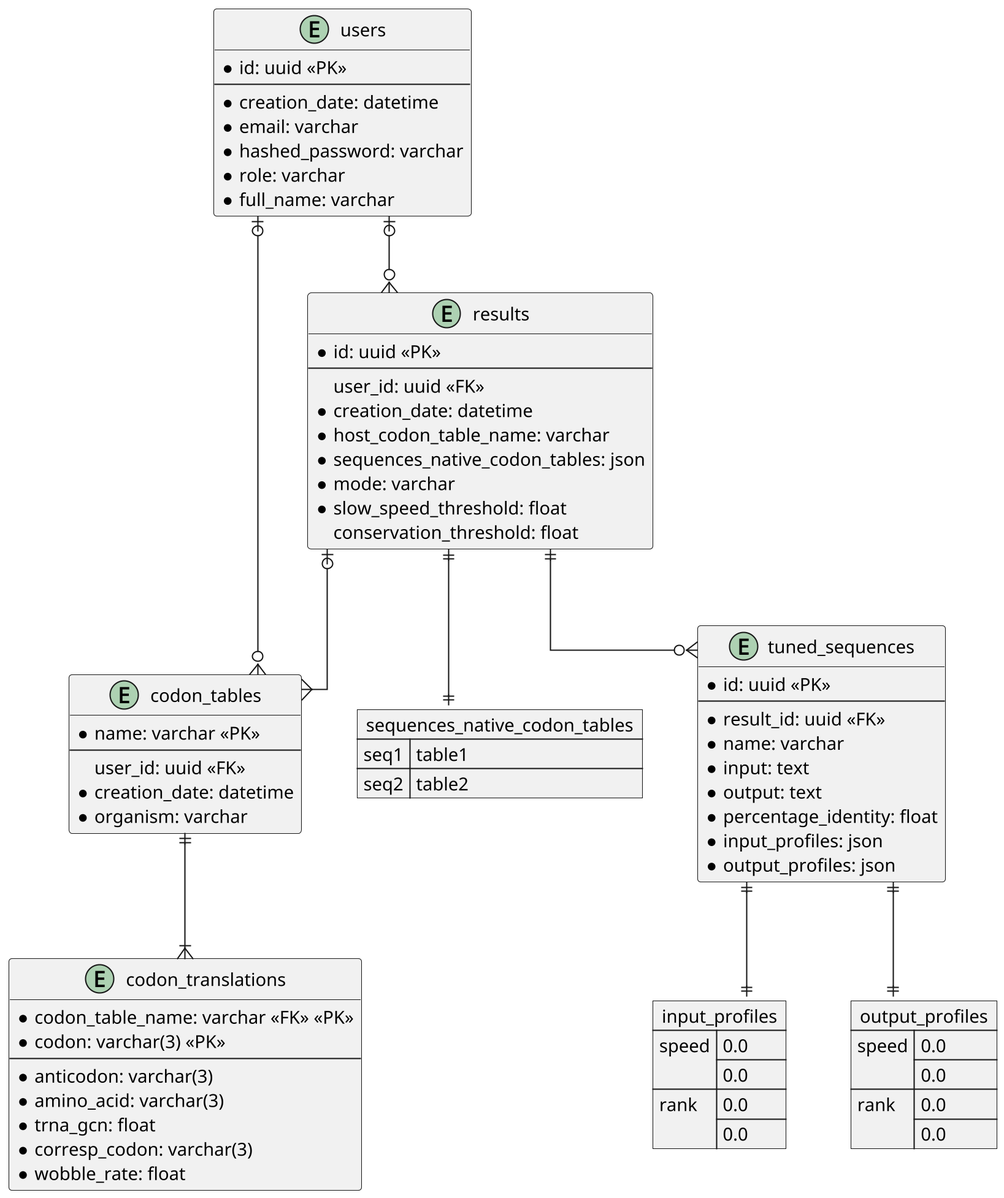
This is documentation/db_schema.png from tbonnabaud/expressinhost_web, a PlantUML export, as it was before one commit.
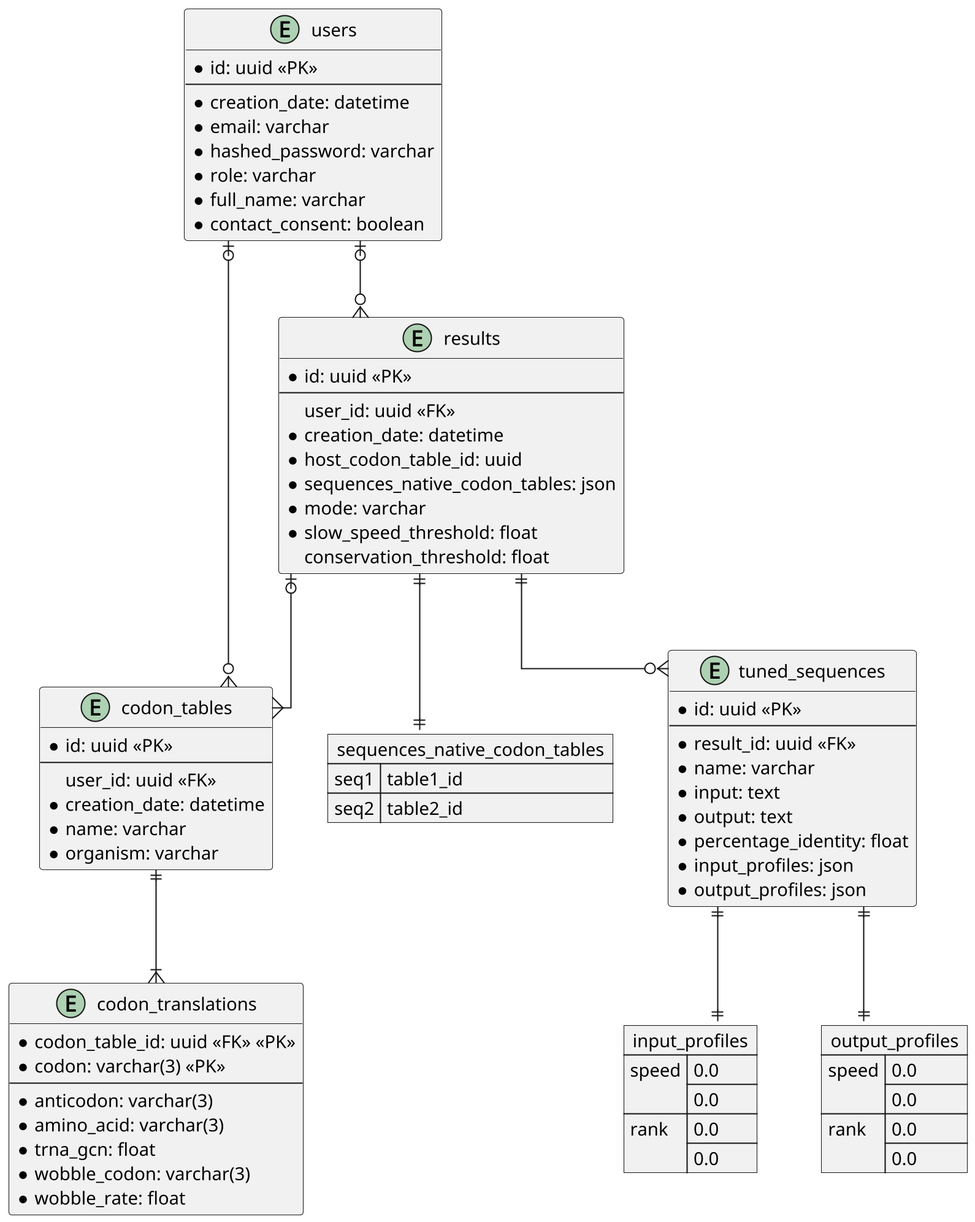
Above is the later version.

Diff of the diagram source:
```diff
@@ -11,24 +11,26 @@
     * hashed_password: varchar
     * role: varchar
     * full_name: varchar
+    * contact_consent: boolean
 }
 
 entity codon_tables {
-    * name: varchar <<PK>>
+    * id: uuid <<PK>>
     --
     user_id: uuid <<FK>>
     * creation_date: datetime
+    * name: varchar
     * organism: varchar
 }
 
 entity codon_translations {
-    * codon_table_name: varchar <<FK>> <<PK>>
+    * codon_table_id: uuid <<FK>> <<PK>>
     * codon: varchar(3) <<PK>>
     --
     * anticodon: varchar(3)
     * amino_acid: varchar(3)
     * trna_gcn: float
-    * corresp_codon: varchar(3)
+    * wobble_codon: varchar(3)
     * wobble_rate: float
 }
 
@@ -37,7 +39,7 @@
     --
     user_id: uuid <<FK>>
     * creation_date: datetime
-    * host_codon_table_name: varchar
+    * host_codon_table_id: uuid
     * sequences_native_codon_tables: json
     * mode: varchar
     * slow_speed_threshold: float
@@ -45,10 +47,9 @@
 }
 
 json sequences_native_codon_tables {
-    "seq1": "table1",
-    "seq2": "table2"
+    "seq1": "table1_id",
+    "seq2": "table2_id"
 }
-
 
 entity tuned_sequences {
     * id: uuid <<PK>>
```
